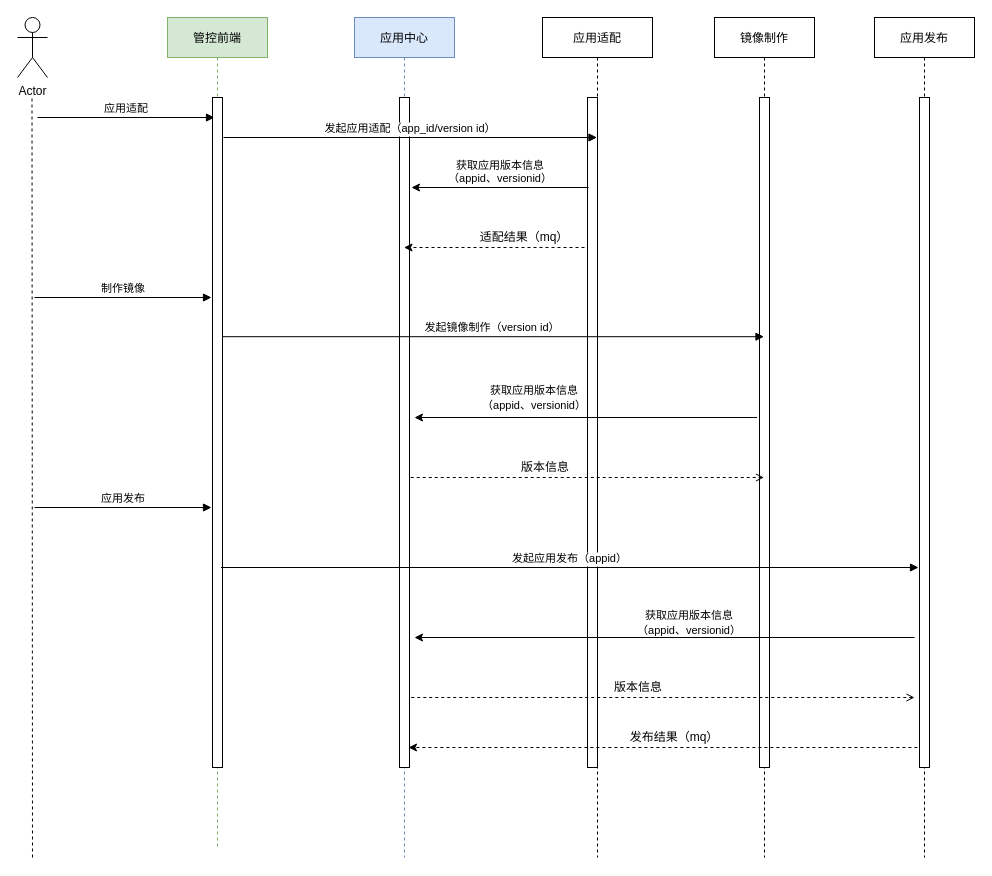
Earlier version of the draw.io diagram paas-app-distribute.drawio (chenkangzeng/appstreaming). Source tidied: cells renumbered, new cells numbered last; positions are measured from the earlier drawing's top-left corner, leaving out a move shared by most shapes. Both pictures are drawn from the tidied source at 100%, with x=0, y=0 at pixel (17, 17).
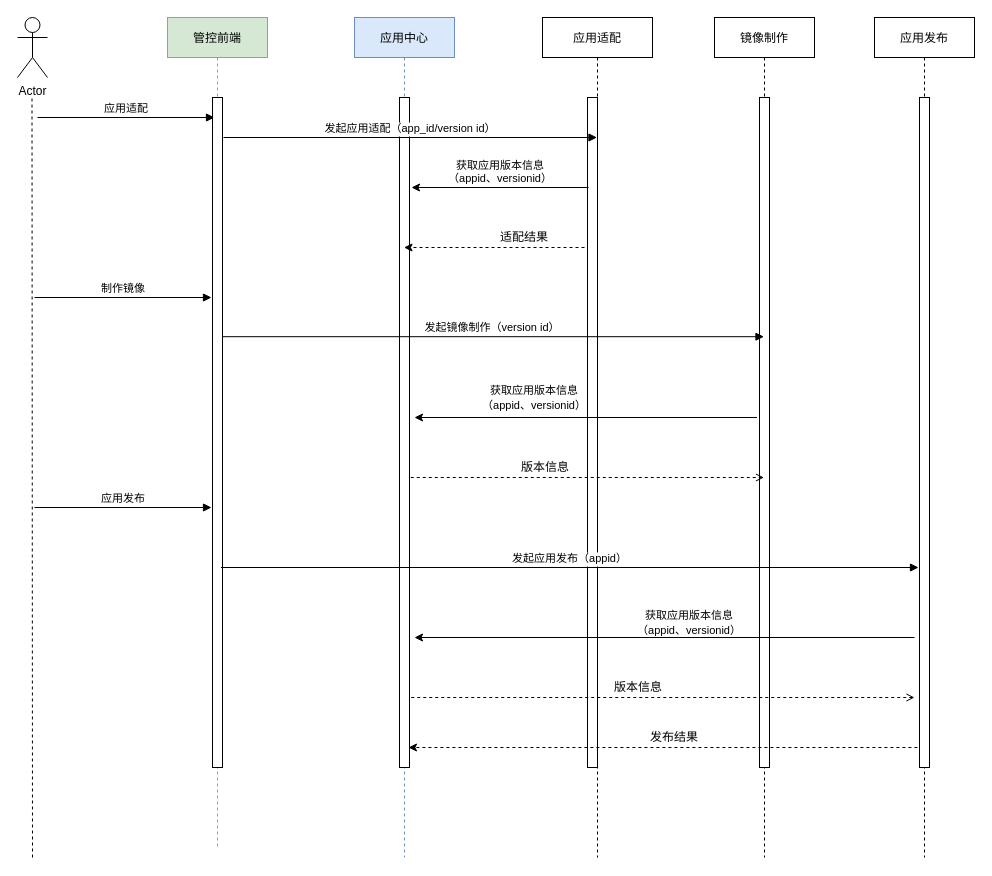
Above is the later version.

Change to the diagram source:
```diff
@@
-    <mxCell id="12" value="适配结果（mq）" style="text;html=1;strokeColor=none;fillColor=none;align=center;verticalAlign=middle;whiteSpace=wrap;rounded=0;" parent="1" vertex="1">
+    <mxCell id="12" value="适配结果" style="text;html=1;strokeColor=none;fillColor=none;align=center;verticalAlign=middle;whiteSpace=wrap;rounded=0;" parent="1" vertex="1">
       <mxGeometry x="457" y="210" width="100" height="20" as="geometry" />
     </mxCell>
@@
-    <mxCell id="26" value="发布结果（mq）" style="text;html=1;strokeColor=none;fillColor=none;align=center;verticalAlign=middle;whiteSpace=wrap;rounded=0;" parent="1" vertex="1">
+    <mxCell id="26" value="发布结果" style="text;html=1;strokeColor=none;fillColor=none;align=center;verticalAlign=middle;whiteSpace=wrap;rounded=0;" parent="1" vertex="1">
       <mxGeometry x="597" y="710" width="120" height="20" as="geometry" />
     </mxCell>
```
